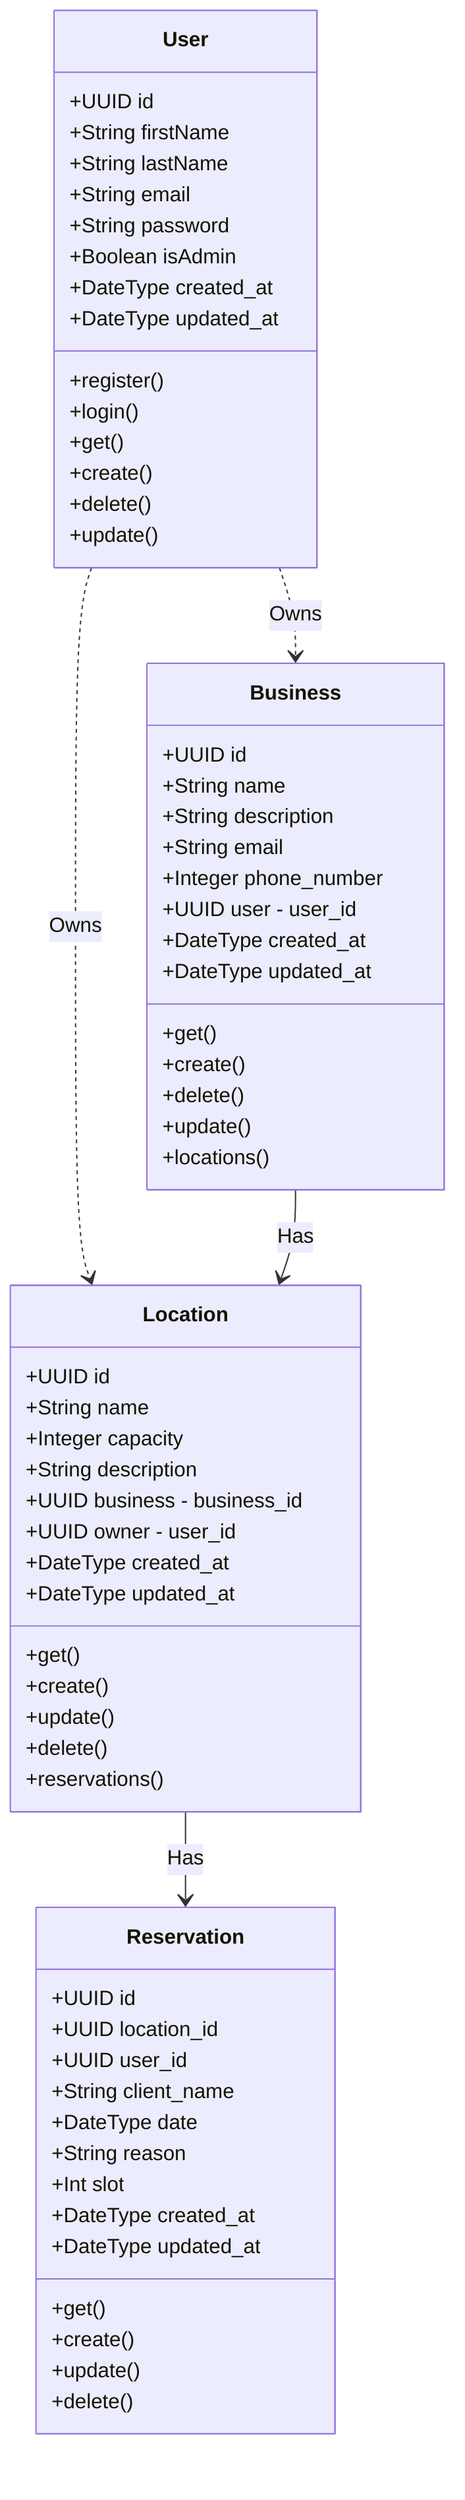
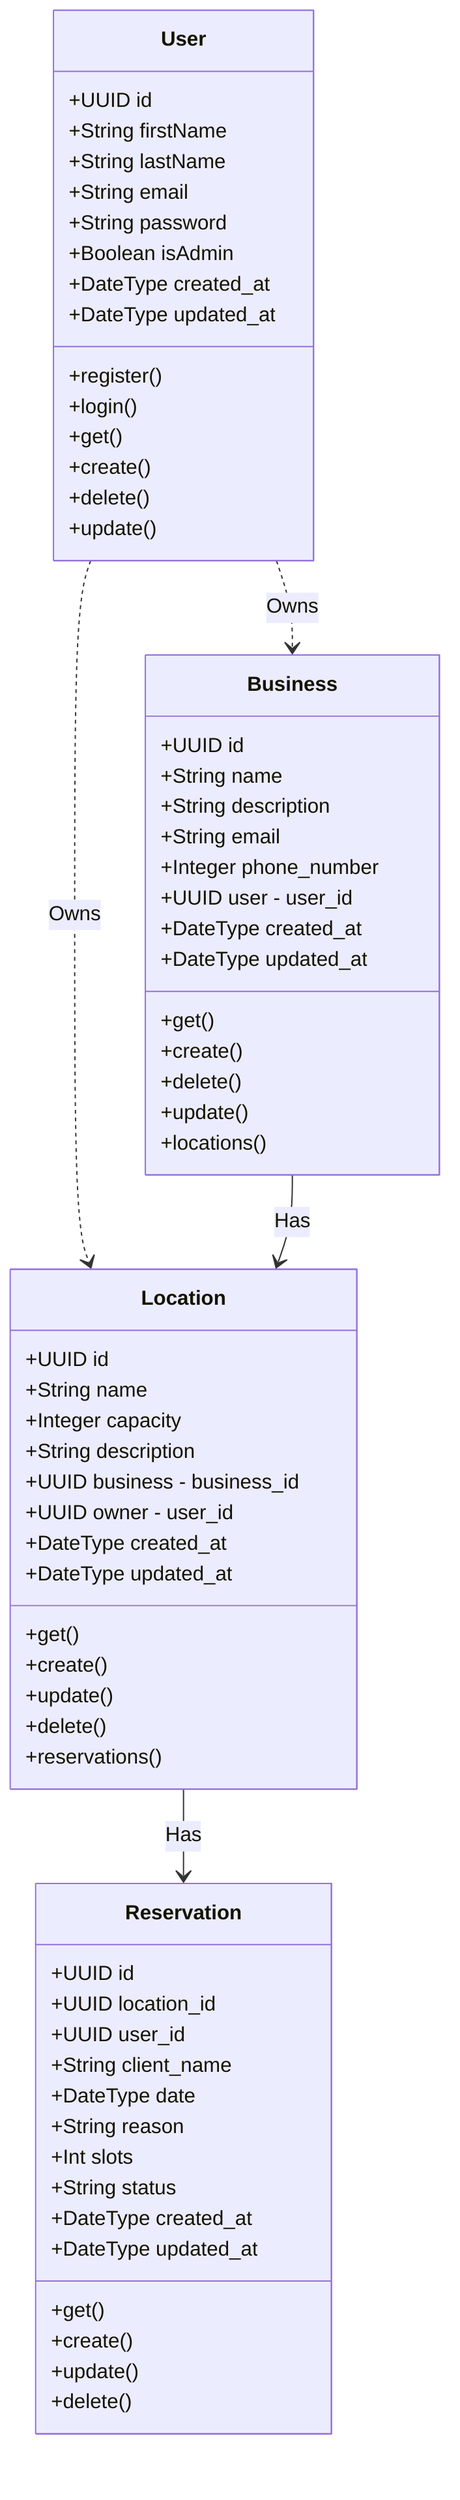
classDiagram
    class User {
        +UUID id
        +String firstName
        +String lastName
        +String email
        +String password
        +Boolean isAdmin
        +DateType created_at
        +DateType updated_at
        +register()
        +login()
        +get()
        +create()
        +delete()
        +update()
    }

    class Business {
        +UUID id
        +String name
        +String description
        +String email
        +Integer phone_number
        +UUID user - user_id
        +DateType created_at
        +DateType updated_at
        +get()
        +create()
        +delete()
        +update()
        +locations()
    }

    class Location {
        +UUID id
        +String name
        +Integer capacity
        +String description
        +UUID business - business_id
        +UUID owner - user_id
        +DateType created_at
        +DateType updated_at
        +get()
        +create()
        +update()
        +delete()
        +reservations()
    }

    class Reservation {
        +UUID id
        +UUID location_id
        +UUID user_id
        +String client_name
        +DateType date
        +String reason
-         +Int slot
+         +Int slots
+         +String status
        +DateType created_at
        +DateType updated_at
        +get()
        +create()
        +update()
        +delete()
    }

User..> Business: Owns
User..>Location: Owns
Business-->Location: Has
Location-->Reservation: Has
